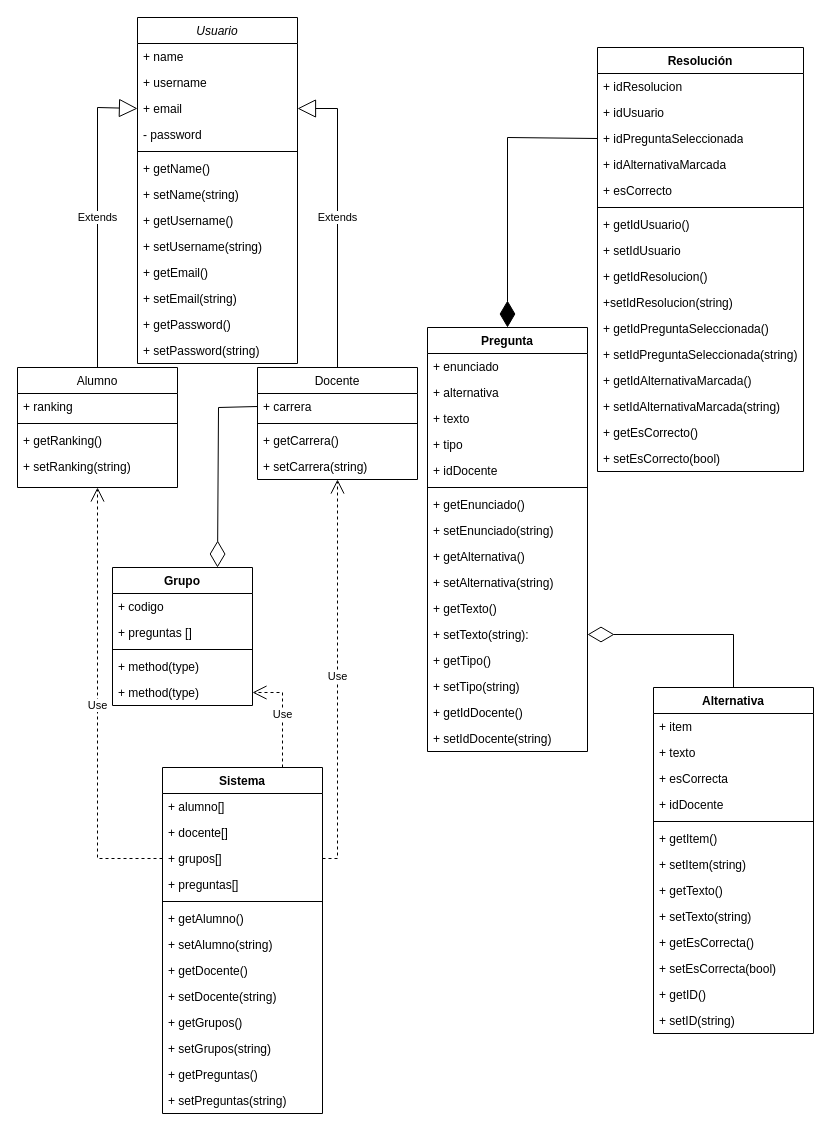
Earlier version of the draw.io diagram ProjectAlgo2.drawio (jhordannfree/proyectoAlgo2). Source tidied: cells renumbered, new cells numbered last; positions are measured from the earlier drawing's top-left corner, leaving out a move shared by most shapes. Both pictures are drawn from the tidied source at 100%, with x=0, y=0 at pixel (17, 17).
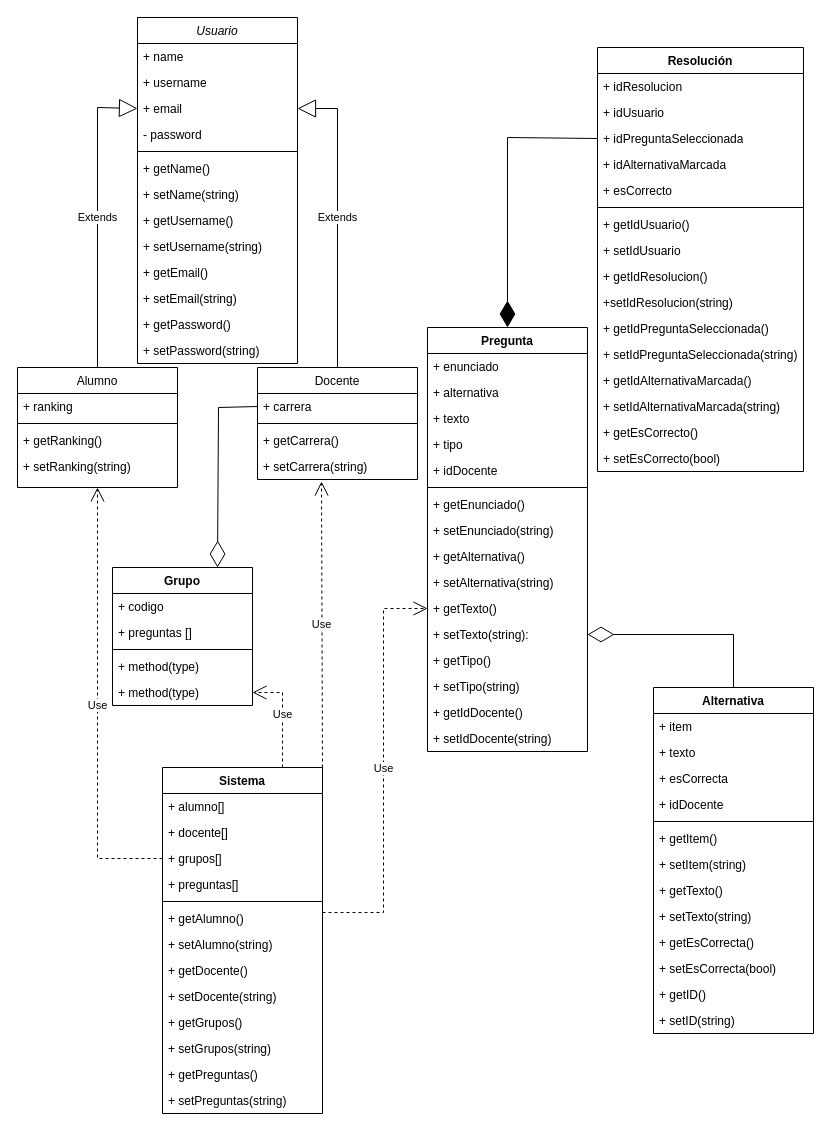
The same page after the edit.

Unchanged cells that the change refers to:
```xml
<mxCell id="21" value="Docente" style="swimlane;fontStyle=0;align=center;verticalAlign=top;horizontal=1;startSize=26;rounded=0;shadow=0;strokeWidth=1;" parent="1" vertex="1">
  <mxGeometry x="240" y="350" width="160" height="112" as="geometry" />
</mxCell>
<mxCell id="25" value="+ setCarrera(string)" style="text;align=left;verticalAlign=top;spacingLeft=4;spacingRight=4;overflow=hidden;points=[[0,0.5],[1,0.5]];portConstraint=eastwest;" parent="21" vertex="1">
  <mxGeometry y="86" width="160" height="26" as="geometry" />
</mxCell>
<mxCell id="37" value="+ getTexto()" style="text;strokeColor=none;fillColor=none;align=left;verticalAlign=top;spacingLeft=4;spacingRight=4;overflow=hidden;points=[[0,0.5],[1,0.5]];portConstraint=eastwest;whiteSpace=wrap;html=1;" parent="26" vertex="1">
  <mxGeometry y="268" width="160" height="26" as="geometry" />
</mxCell>
<mxCell id="63" value="Sistema" style="swimlane;fontStyle=1;align=center;verticalAlign=top;horizontal=1;startSize=26;whiteSpace=wrap;html=1;" parent="1" vertex="1">
  <mxGeometry x="145" y="750" width="160" height="346" as="geometry" />
</mxCell>
<mxCell id="66" value="+ grupos[]" style="text;strokeColor=none;fillColor=none;align=left;verticalAlign=top;spacingLeft=4;spacingRight=4;overflow=hidden;points=[[0,0.5],[1,0.5]];portConstraint=eastwest;whiteSpace=wrap;html=1;" parent="63" vertex="1">
  <mxGeometry y="78" width="160" height="26" as="geometry" />
</mxCell>
<mxCell id="69" value="+ getAlumno()" style="text;strokeColor=none;fillColor=none;align=left;verticalAlign=top;spacingLeft=4;spacingRight=4;overflow=hidden;points=[[0,0.5],[1,0.5]];portConstraint=eastwest;whiteSpace=wrap;html=1;" parent="63" vertex="1">
  <mxGeometry y="138" width="160" height="26" as="geometry" />
</mxCell>
```

Change to the diagram source:
```diff
@@
-    <mxCell id="97" value="Use" style="endArrow=open;endSize=12;dashed=1;html=1;rounded=0;exitX=1;exitY=0.5;exitDx=0;exitDy=0;entryX=0.5;entryY=1;entryDx=0;entryDy=0;" parent="1" edge="1" source="66" target="21">
-      <mxGeometry relative="1" as="geometry">
-        <Array as="points">
-          <mxPoint x="320" y="841" />
-        </Array>
-      </mxGeometry>
-    </mxCell>
@@
+    <mxCell id="102" value="Use" style="endArrow=open;endSize=12;dashed=1;html=1;rounded=0;exitX=1;exitY=0.269;exitDx=0;exitDy=0;exitPerimeter=0;entryX=0;entryY=0.5;entryDx=0;entryDy=0;" parent="1" edge="1" source="69" target="37">
+      <mxGeometry relative="1" as="geometry">
+        <Array as="points">
+          <mxPoint x="366" y="895" />
+          <mxPoint x="366" y="591" />
+        </Array>
+      </mxGeometry>
+    </mxCell>
+    <mxCell id="103" value="Use" style="endArrow=open;endSize=12;dashed=1;html=1;rounded=0;exitX=1;exitY=0;exitDx=0;exitDy=0;entryX=0.4;entryY=1.077;entryDx=0;entryDy=0;entryPerimeter=0;" parent="1" edge="1" source="63" target="25">
+      <mxGeometry relative="1" as="geometry" />
+    </mxCell>
```
